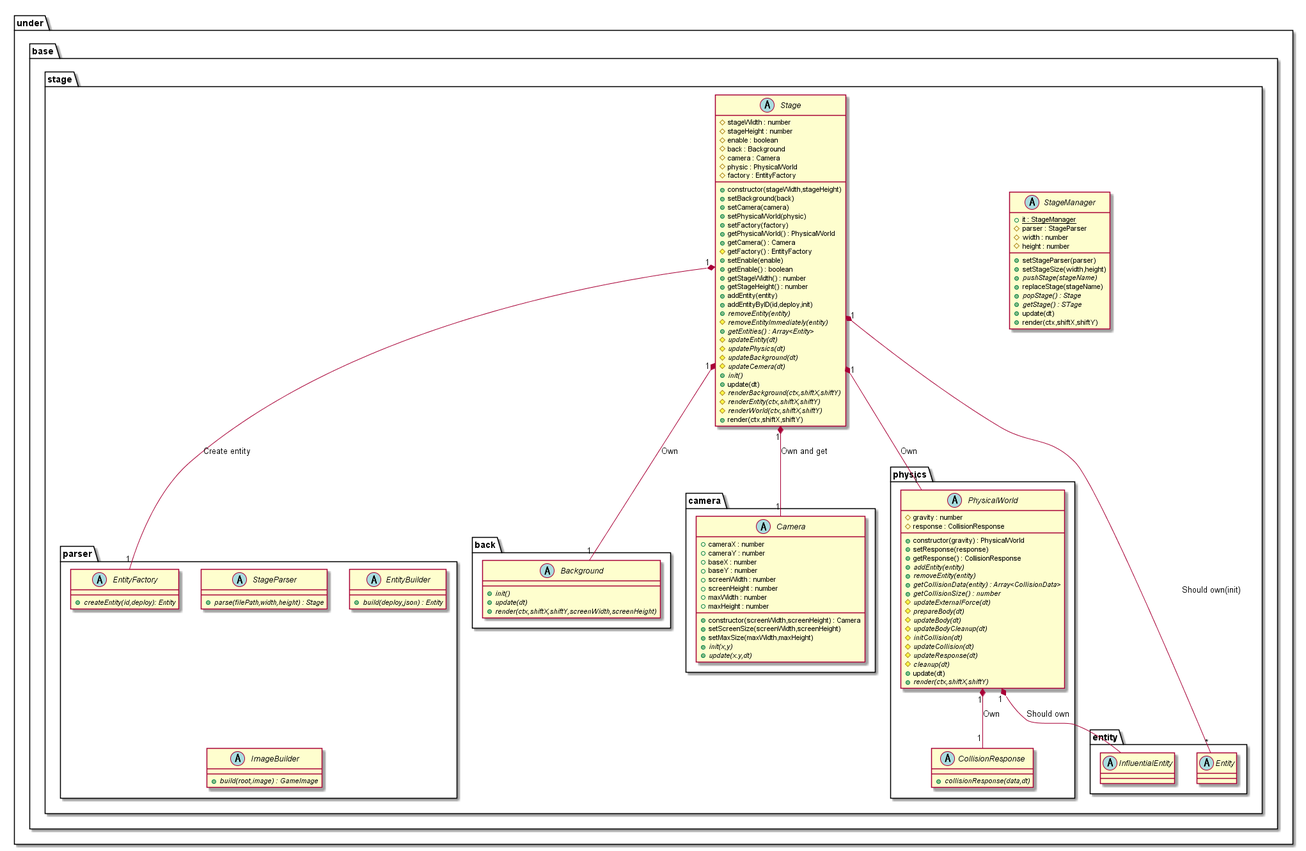
Before: out/uml/stage/Base/StageBase.png, a diagram exported from PlantUML (Expine/Under).
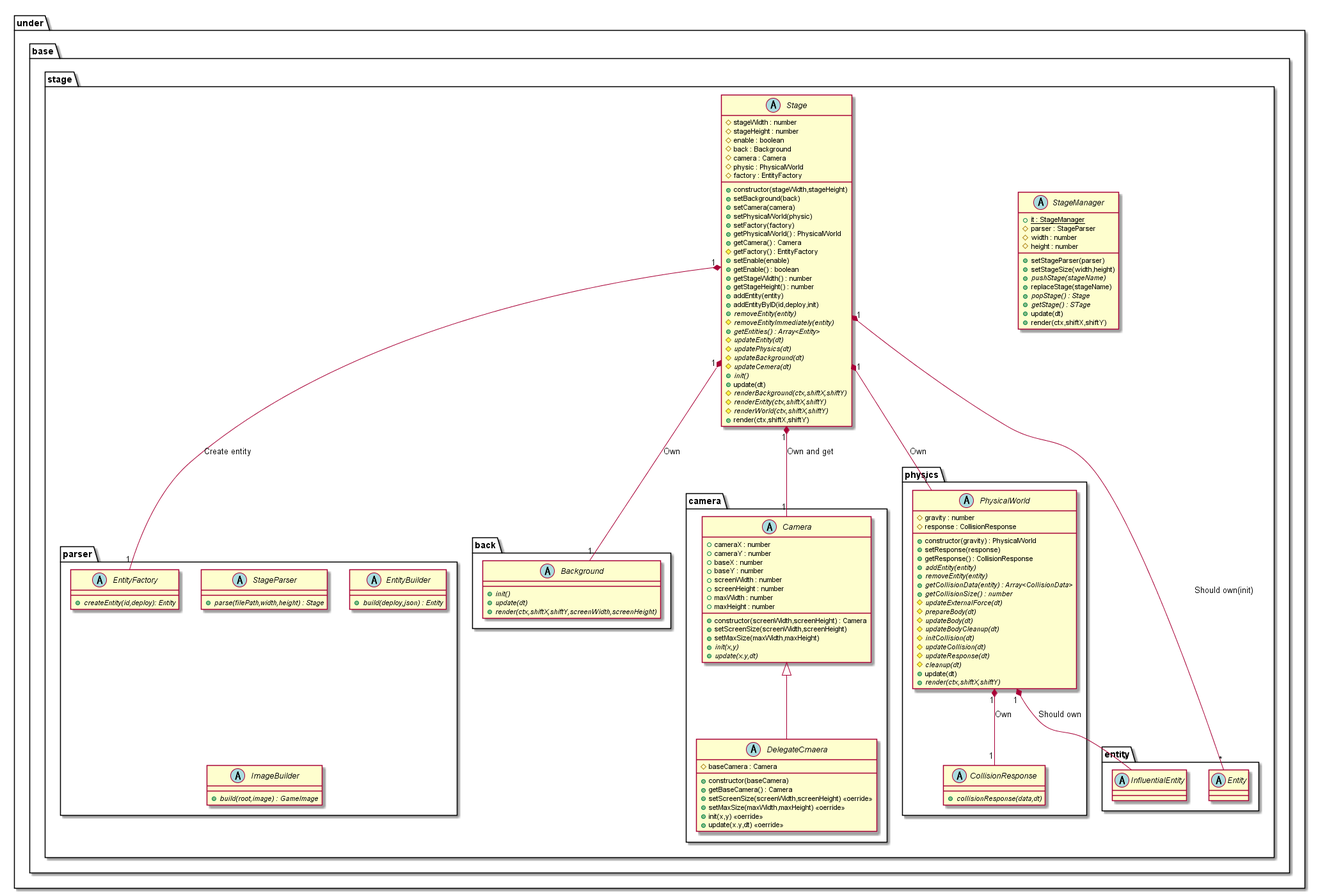
Later version of the same file.

Diff of the diagram source:
```diff
@@ -90,6 +90,15 @@
                     {abstract} +init(x,y)
                     {abstract} +update(x.y,dt)
                 }
+                abstract DelegateCmaera {
+                    +constructor(baseCamera)
+                    #baseCamera : Camera
+                    +getBaseCamera() : Camera
+                    +setScreenSize(screenWidth,screenHeight) <<oerride>>
+                    +setMaxSize(maxWidth,maxHeight) <<oerride>>
+                    +init(x,y) <<oerride>>
+                    +update(x.y,dt) <<oerride>>
+                }
             }
             package physics {
                 abstract PhysicalWorld {
@@ -139,5 +148,6 @@
 Stage "1" *-- "1" EntityFactory : Create entity
 PhysicalWorld "1"*--"*" InfluentialEntity : Should own
 PhysicalWorld "1"*--"1" CollisionResponse : Own
+Camera <|-- DelegateCmaera
 
 @enduml
```
